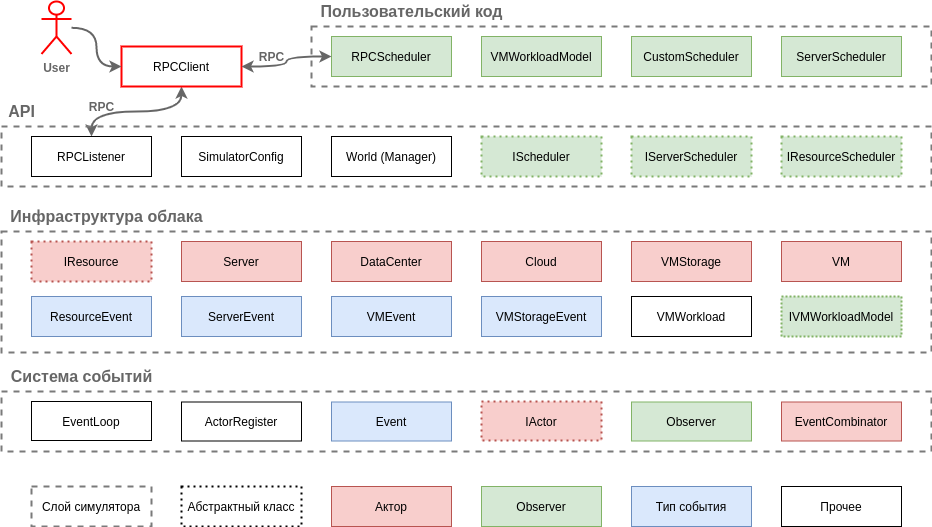
Above: images/arch-for-presentation.png in kuskarov/cloud-modeling (draw.io), before the change. Source tidied: cells renumbered, new cells last; positions are measured from the earlier drawing's top-left corner, leaving out a move shared by most shapes. Source of this version:
```xml
<mxGraphModel>
  <root>
    <mxCell id="0" />
    <mxCell id="1" parent="0" />
    <mxCell id="2" style="endArrow=classic;startArrow=classic;html=1;entryX=0.5;entryY=1;entryDx=0;entryDy=0;exitX=0.5;exitY=0;exitDx=0;exitDy=0;strokeColor=#666666;strokeWidth=2;edgeStyle=orthogonalEdgeStyle;curved=1;" parent="1" edge="1" source="37" target="40">
      <mxGeometry relative="1" as="geometry" />
    </mxCell>
    <mxCell id="3" style="rounded=0;whiteSpace=wrap;html=1;fillColor=none;dashed=1;strokeWidth=2;strokeColor=#7A7A7A;" parent="1" vertex="1">
      <mxGeometry x="310" y="25" width="620" height="60" as="geometry" />
    </mxCell>
    <mxCell id="4" style="rounded=0;whiteSpace=wrap;html=1;fillColor=none;dashed=1;strokeWidth=2;strokeColor=#7A7A7A;" parent="1" vertex="1">
      <mxGeometry y="390" width="930" height="60" as="geometry" />
    </mxCell>
    <mxCell id="5" style="rounded=0;whiteSpace=wrap;html=1;fillColor=none;dashed=1;strokeWidth=2;strokeColor=#7A7A7A;" parent="1" vertex="1">
      <mxGeometry y="230" width="930" height="121" as="geometry" />
    </mxCell>
    <mxCell id="6" style="rounded=0;whiteSpace=wrap;html=1;fillColor=none;dashed=1;strokeWidth=2;strokeColor=#7A7A7A;" parent="1" vertex="1">
      <mxGeometry y="125" width="930" height="60" as="geometry" />
    </mxCell>
    <mxCell id="7" value="&lt;div&gt;EventLoop&lt;/div&gt;" style="rounded=0;whiteSpace=wrap;html=1;strokeColor=#000000;" parent="1" vertex="1">
      <mxGeometry x="30" y="400" width="120" height="39" as="geometry" />
    </mxCell>
    <mxCell id="8" value="Event" style="rounded=0;whiteSpace=wrap;html=1;strokeColor=#6c8ebf;fillColor=#dae8fc;" parent="1" vertex="1">
      <mxGeometry x="330" y="400.5" width="120" height="39" as="geometry" />
    </mxCell>
    <mxCell id="9" value="IActor" style="rounded=0;whiteSpace=wrap;html=1;strokeColor=#b85450;dashed=1;dashPattern=1 2;strokeWidth=2;fillColor=#f8cecc;" parent="1" vertex="1">
      <mxGeometry x="480" y="400" width="120" height="39" as="geometry" />
    </mxCell>
    <mxCell id="10" value="IResource" style="rounded=0;whiteSpace=wrap;html=1;strokeColor=#b85450;dashed=1;dashPattern=1 2;strokeWidth=2;fillColor=#f8cecc;" parent="1" vertex="1">
      <mxGeometry x="30" y="240" width="120" height="40" as="geometry" />
    </mxCell>
    <mxCell id="11" value="IScheduler" style="rounded=0;whiteSpace=wrap;html=1;strokeColor=#82b366;dashed=1;dashPattern=1 2;strokeWidth=2;fillColor=#d5e8d4;" parent="1" vertex="1">
      <mxGeometry x="480" y="135" width="120" height="40" as="geometry" />
    </mxCell>
    <mxCell id="12" value="DataCenter" style="rounded=0;whiteSpace=wrap;html=1;strokeColor=#b85450;fillColor=#f8cecc;" parent="1" vertex="1">
      <mxGeometry x="330" y="240" width="120" height="40" as="geometry" />
    </mxCell>
    <mxCell id="13" value="Server" style="rounded=0;whiteSpace=wrap;html=1;strokeColor=#b85450;fillColor=#f8cecc;" parent="1" vertex="1">
      <mxGeometry x="180" y="240" width="120" height="40" as="geometry" />
    </mxCell>
    <mxCell id="14" value="ServerEvent" style="rounded=0;whiteSpace=wrap;html=1;strokeColor=#6c8ebf;fillColor=#dae8fc;" parent="1" vertex="1">
      <mxGeometry x="180" y="295" width="120" height="40" as="geometry" />
    </mxCell>
    <mxCell id="15" value="&lt;div&gt;Cloud&lt;/div&gt;" style="rounded=0;whiteSpace=wrap;html=1;strokeColor=#b85450;fillColor=#f8cecc;" parent="1" vertex="1">
      <mxGeometry x="480" y="240" width="120" height="40" as="geometry" />
    </mxCell>
    <mxCell id="16" value="VM" style="rounded=0;whiteSpace=wrap;html=1;strokeColor=#b85450;fillColor=#f8cecc;" parent="1" vertex="1">
      <mxGeometry x="780" y="240" width="120" height="40" as="geometry" />
    </mxCell>
    <mxCell id="17" value="VMEvent" style="rounded=0;whiteSpace=wrap;html=1;strokeColor=#6c8ebf;fillColor=#dae8fc;" parent="1" vertex="1">
      <mxGeometry x="330" y="295" width="120" height="40" as="geometry" />
    </mxCell>
    <mxCell id="18" value="VMStorage" style="rounded=0;whiteSpace=wrap;html=1;strokeColor=#b85450;fillColor=#f8cecc;" parent="1" vertex="1">
      <mxGeometry x="630" y="240" width="120" height="40" as="geometry" />
    </mxCell>
    <mxCell id="19" value="VMStorageEvent" style="rounded=0;whiteSpace=wrap;html=1;strokeColor=#6c8ebf;fillColor=#dae8fc;" parent="1" vertex="1">
      <mxGeometry x="480" y="295" width="120" height="40" as="geometry" />
    </mxCell>
    <mxCell id="20" value="SimulatorConfig" style="rounded=0;whiteSpace=wrap;html=1;strokeColor=#000000;" parent="1" vertex="1">
      <mxGeometry x="180" y="135" width="120" height="40" as="geometry" />
    </mxCell>
    <mxCell id="21" value="World (Manager)" style="rounded=0;whiteSpace=wrap;html=1;strokeColor=#000000;" parent="1" vertex="1">
      <mxGeometry x="330" y="135" width="120" height="40" as="geometry" />
    </mxCell>
    <mxCell id="22" value="Инфраструктура облака" style="text;html=1;align=center;verticalAlign=middle;strokeColor=none;fontSize=16;fontStyle=1;fontColor=#666666;" parent="1" vertex="1">
      <mxGeometry y="205" width="210" height="20" as="geometry" />
    </mxCell>
    <mxCell id="23" value="Система событий" style="text;html=1;align=center;verticalAlign=middle;strokeColor=none;fontSize=16;fontStyle=1;fontColor=#666666;" parent="1" vertex="1">
      <mxGeometry y="365" width="160" height="20" as="geometry" />
    </mxCell>
    <mxCell id="24" value="&lt;font style=&quot;font-size: 16px&quot;&gt;API&lt;/font&gt;" style="text;html=1;align=center;verticalAlign=middle;strokeColor=none;fontSize=13;fontStyle=1;fontColor=#666666;" parent="1" vertex="1">
      <mxGeometry y="100" width="40" height="20" as="geometry" />
    </mxCell>
    <mxCell id="25" value="Абстрактный класс" style="rounded=0;whiteSpace=wrap;html=1;strokeColor=#000000;dashed=1;dashPattern=1 2;strokeWidth=2;" parent="1" vertex="1">
      <mxGeometry x="180" y="485" width="120" height="40" as="geometry" />
    </mxCell>
    <mxCell id="26" value="Слой симулятора" style="rounded=0;whiteSpace=wrap;html=1;dashed=1;strokeWidth=2;strokeColor=#7A7A7A;" parent="1" vertex="1">
      <mxGeometry x="30" y="485" width="120" height="40" as="geometry" />
    </mxCell>
    <mxCell id="27" value="Тип события" style="rounded=0;whiteSpace=wrap;html=1;strokeColor=#6c8ebf;fillColor=#dae8fc;" parent="1" vertex="1">
      <mxGeometry x="630" y="485" width="120" height="40" as="geometry" />
    </mxCell>
    <mxCell id="28" value="&lt;font style=&quot;font-size: 16px&quot;&gt;Пользовательский код&lt;/font&gt;" style="text;html=1;align=center;verticalAlign=middle;strokeColor=none;fontSize=13;fontStyle=1;fontColor=#666666;" parent="1" vertex="1">
      <mxGeometry x="310" width="200" height="20" as="geometry" />
    </mxCell>
    <mxCell id="29" value="&lt;div&gt;ActorRegister&lt;/div&gt;" style="rounded=0;whiteSpace=wrap;html=1;strokeColor=#000000;" parent="1" vertex="1">
      <mxGeometry x="180" y="400.5" width="120" height="39" as="geometry" />
    </mxCell>
    <mxCell id="30" value="ResourceEvent" style="rounded=0;whiteSpace=wrap;html=1;strokeColor=#6c8ebf;fillColor=#dae8fc;" parent="1" vertex="1">
      <mxGeometry x="30" y="295" width="120" height="40" as="geometry" />
    </mxCell>
    <mxCell id="31" style="edgeStyle=orthogonalEdgeStyle;rounded=0;orthogonalLoop=1;jettySize=auto;html=1;exitX=0.5;exitY=1;exitDx=0;exitDy=0;" parent="1" edge="1" source="16" target="16">
      <mxGeometry relative="1" as="geometry" />
    </mxCell>
    <mxCell id="32" value="IServerScheduler" style="rounded=0;whiteSpace=wrap;html=1;strokeColor=#82b366;dashed=1;dashPattern=1 2;strokeWidth=2;fillColor=#d5e8d4;" parent="1" vertex="1">
      <mxGeometry x="630" y="135" width="120" height="40" as="geometry" />
    </mxCell>
    <mxCell id="33" value="&lt;div&gt;Observer&lt;/div&gt;" style="rounded=0;whiteSpace=wrap;html=1;strokeColor=#82b366;fillColor=#d5e8d4;" parent="1" vertex="1">
      <mxGeometry x="630" y="400.5" width="120" height="39" as="geometry" />
    </mxCell>
    <mxCell id="34" value="Актор" style="rounded=0;whiteSpace=wrap;html=1;strokeColor=#b85450;fillColor=#f8cecc;" parent="1" vertex="1">
      <mxGeometry x="330" y="485" width="120" height="40" as="geometry" />
    </mxCell>
    <mxCell id="35" value="CustomScheduler" style="rounded=0;whiteSpace=wrap;html=1;strokeColor=#82b366;fillColor=#d5e8d4;" parent="1" vertex="1">
      <mxGeometry x="630" y="35" width="120" height="40" as="geometry" />
    </mxCell>
    <mxCell id="36" value="ServerScheduler" style="rounded=0;whiteSpace=wrap;html=1;strokeColor=#82b366;fillColor=#d5e8d4;" parent="1" vertex="1">
      <mxGeometry x="780" y="35" width="120" height="40" as="geometry" />
    </mxCell>
    <mxCell id="37" value="RPCListener" style="rounded=0;whiteSpace=wrap;html=1;strokeColor=#000000;" parent="1" vertex="1">
      <mxGeometry x="30" y="135" width="120" height="40" as="geometry" />
    </mxCell>
    <mxCell id="38" value="Прочее" style="rounded=0;whiteSpace=wrap;html=1;strokeColor=#000000;" parent="1" vertex="1">
      <mxGeometry x="780" y="485" width="120" height="40" as="geometry" />
    </mxCell>
    <mxCell id="39" value="RPCScheduler" style="rounded=0;whiteSpace=wrap;html=1;strokeColor=#82b366;fillColor=#d5e8d4;" parent="1" vertex="1">
      <mxGeometry x="330" y="35" width="120" height="40" as="geometry" />
    </mxCell>
    <mxCell id="40" value="RPCClient" style="rounded=0;whiteSpace=wrap;html=1;strokeColor=#FF0000;strokeWidth=2;" parent="1" vertex="1">
      <mxGeometry x="120" y="45" width="120" height="40" as="geometry" />
    </mxCell>
    <mxCell id="41" style="edgeStyle=orthogonalEdgeStyle;curved=1;rounded=0;jettySize=auto;html=1;fontColor=#666666;strokeColor=#666666;strokeWidth=2;entryX=0;entryY=0.5;entryDx=0;entryDy=0;" parent="1" edge="1" source="42" target="40">
      <mxGeometry relative="1" as="geometry" />
    </mxCell>
    <mxCell id="42" value="&lt;font color=&quot;#666666&quot;&gt;&lt;b&gt;User&lt;/b&gt;&lt;/font&gt;" style="shape=umlActor;verticalLabelPosition=bottom;verticalAlign=top;html=1;outlineConnect=0;strokeColor=#FF0000;strokeWidth=2;fillColor=none;" parent="1" vertex="1">
      <mxGeometry x="40" width="30" height="52.5" as="geometry" />
    </mxCell>
    <mxCell id="43" value="RPC" style="text;html=1;align=center;verticalAlign=middle;strokeColor=none;fontStyle=1;fontColor=#666666;" parent="1" vertex="1">
      <mxGeometry x="80" y="95" width="40" height="20" as="geometry" />
    </mxCell>
    <mxCell id="44" value="RPC" style="text;html=1;align=center;verticalAlign=middle;strokeColor=none;fontStyle=1;fontColor=#666666;" parent="1" vertex="1">
      <mxGeometry x="250" y="45" width="40" height="20" as="geometry" />
    </mxCell>
    <mxCell id="45" value="EventCombinator" style="rounded=0;whiteSpace=wrap;html=1;strokeColor=#b85450;fillColor=#f8cecc;" parent="1" vertex="1">
      <mxGeometry x="780" y="400.5" width="120" height="39" as="geometry" />
    </mxCell>
    <mxCell id="46" style="endArrow=classic;startArrow=classic;html=1;fontSize=16;exitX=1;exitY=0.5;exitDx=0;exitDy=0;entryX=0;entryY=0.5;entryDx=0;entryDy=0;strokeColor=#666666;strokeWidth=2;edgeStyle=orthogonalEdgeStyle;curved=1;" parent="1" edge="1" source="40" target="39">
      <mxGeometry relative="1" as="geometry" />
    </mxCell>
    <mxCell id="47" value="VMWorkloadModel" style="rounded=0;whiteSpace=wrap;html=1;strokeColor=#82b366;fillColor=#d5e8d4;" parent="1" vertex="1">
      <mxGeometry x="480" y="35" width="120" height="40" as="geometry" />
    </mxCell>
    <mxCell id="48" value="IVMWorkloadModel" style="rounded=0;whiteSpace=wrap;html=1;strokeColor=#82b366;fillColor=#d5e8d4;dashed=1;dashPattern=1 1;strokeWidth=2;" parent="1" vertex="1">
      <mxGeometry x="780" y="295" width="120" height="40" as="geometry" />
    </mxCell>
    <mxCell id="49" value="VMWorkload" style="rounded=0;whiteSpace=wrap;html=1;strokeColor=#000000;" parent="1" vertex="1">
      <mxGeometry x="630" y="295" width="120" height="40" as="geometry" />
    </mxCell>
    <mxCell id="50" value="&lt;div&gt;Observer&lt;/div&gt;" style="rounded=0;whiteSpace=wrap;html=1;strokeColor=#82b366;fillColor=#d5e8d4;" parent="1" vertex="1">
      <mxGeometry x="480" y="485" width="120" height="40" as="geometry" />
    </mxCell>
    <mxCell id="51" value="IResourceScheduler" style="rounded=0;whiteSpace=wrap;html=1;strokeColor=#82b366;dashed=1;dashPattern=1 2;strokeWidth=2;fillColor=#d5e8d4;" parent="1" vertex="1">
      <mxGeometry x="780" y="135" width="120" height="40" as="geometry" />
    </mxCell>
  </root>
</mxGraphModel>
```
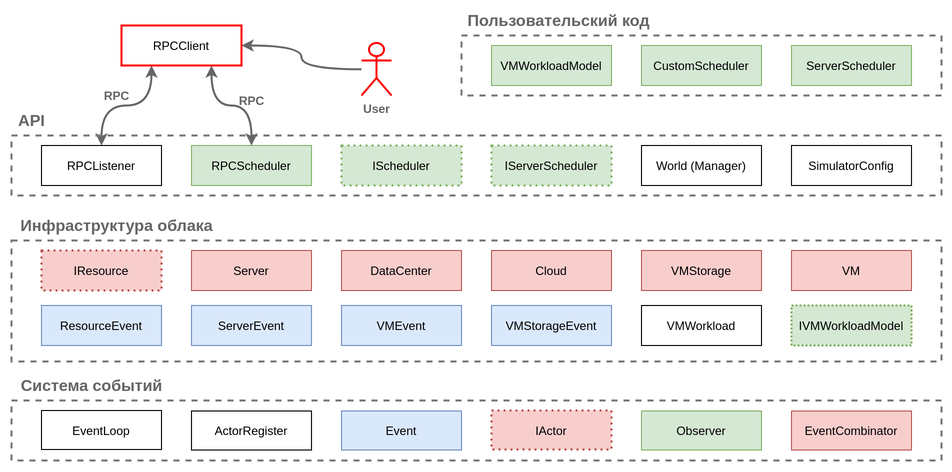
After the change.

Commit message:
Use transparent

What changed in the source:
```diff
@@ -2,11 +2,11 @@
   <root>
     <mxCell id="0" />
     <mxCell id="1" parent="0" />
-    <mxCell id="2" style="endArrow=classic;startArrow=classic;html=1;entryX=0.5;entryY=1;entryDx=0;entryDy=0;exitX=0.5;exitY=0;exitDx=0;exitDy=0;strokeColor=#666666;strokeWidth=2;edgeStyle=orthogonalEdgeStyle;curved=1;" parent="1" edge="1" source="37" target="40">
+    <mxCell id="2" style="endArrow=classic;startArrow=classic;html=1;entryX=0.25;entryY=1;entryDx=0;entryDy=0;exitX=0.5;exitY=0;exitDx=0;exitDy=0;strokeColor=#666666;strokeWidth=2;edgeStyle=orthogonalEdgeStyle;curved=1;" parent="1" edge="1" source="37" target="40">
       <mxGeometry relative="1" as="geometry" />
     </mxCell>
     <mxCell id="3" style="rounded=0;whiteSpace=wrap;html=1;fillColor=none;dashed=1;strokeWidth=2;strokeColor=#7A7A7A;" parent="1" vertex="1">
-      <mxGeometry x="310" y="25" width="620" height="60" as="geometry" />
+      <mxGeometry x="450" y="25" width="480" height="60" as="geometry" />
     </mxCell>
     <mxCell id="4" style="rounded=0;whiteSpace=wrap;html=1;fillColor=none;dashed=1;strokeWidth=2;strokeColor=#7A7A7A;" parent="1" vertex="1">
       <mxGeometry y="390" width="930" height="60" as="geometry" />
@@ -30,7 +30,7 @@
       <mxGeometry x="30" y="240" width="120" height="40" as="geometry" />
     </mxCell>
     <mxCell id="11" value="IScheduler" style="rounded=0;whiteSpace=wrap;html=1;strokeColor=#82b366;dashed=1;dashPattern=1 2;strokeWidth=2;fillColor=#d5e8d4;" parent="1" vertex="1">
-      <mxGeometry x="480" y="135" width="120" height="40" as="geometry" />
+      <mxGeometry x="330" y="135" width="120" height="40" as="geometry" />
     </mxCell>
     <mxCell id="12" value="DataCenter" style="rounded=0;whiteSpace=wrap;html=1;strokeColor=#b85450;fillColor=#f8cecc;" parent="1" vertex="1">
       <mxGeometry x="330" y="240" width="120" height="40" as="geometry" />
@@ -57,10 +57,10 @@
       <mxGeometry x="480" y="295" width="120" height="40" as="geometry" />
     </mxCell>
     <mxCell id="20" value="SimulatorConfig" style="rounded=0;whiteSpace=wrap;html=1;strokeColor=#000000;" parent="1" vertex="1">
-      <mxGeometry x="180" y="135" width="120" height="40" as="geometry" />
+      <mxGeometry x="780" y="135" width="120" height="40" as="geometry" />
     </mxCell>
     <mxCell id="21" value="World (Manager)" style="rounded=0;whiteSpace=wrap;html=1;strokeColor=#000000;" parent="1" vertex="1">
-      <mxGeometry x="330" y="135" width="120" height="40" as="geometry" />
+      <mxGeometry x="630" y="135" width="120" height="40" as="geometry" />
     </mxCell>
     <mxCell id="22" value="Инфраструктура облака" style="text;html=1;align=center;verticalAlign=middle;strokeColor=none;fontSize=16;fontStyle=1;fontColor=#666666;" parent="1" vertex="1">
       <mxGeometry y="205" width="210" height="20" as="geometry" />
@@ -71,17 +71,8 @@
     <mxCell id="24" value="&lt;font style=&quot;font-size: 16px&quot;&gt;API&lt;/font&gt;" style="text;html=1;align=center;verticalAlign=middle;strokeColor=none;fontSize=13;fontStyle=1;fontColor=#666666;" parent="1" vertex="1">
       <mxGeometry y="100" width="40" height="20" as="geometry" />
     </mxCell>
-    <mxCell id="25" value="Абстрактный класс" style="rounded=0;whiteSpace=wrap;html=1;strokeColor=#000000;dashed=1;dashPattern=1 2;strokeWidth=2;" parent="1" vertex="1">
-      <mxGeometry x="180" y="485" width="120" height="40" as="geometry" />
-    </mxCell>
-    <mxCell id="26" value="Слой симулятора" style="rounded=0;whiteSpace=wrap;html=1;dashed=1;strokeWidth=2;strokeColor=#7A7A7A;" parent="1" vertex="1">
-      <mxGeometry x="30" y="485" width="120" height="40" as="geometry" />
-    </mxCell>
-    <mxCell id="27" value="Тип события" style="rounded=0;whiteSpace=wrap;html=1;strokeColor=#6c8ebf;fillColor=#dae8fc;" parent="1" vertex="1">
-      <mxGeometry x="630" y="485" width="120" height="40" as="geometry" />
-    </mxCell>
     <mxCell id="28" value="&lt;font style=&quot;font-size: 16px&quot;&gt;Пользовательский код&lt;/font&gt;" style="text;html=1;align=center;verticalAlign=middle;strokeColor=none;fontSize=13;fontStyle=1;fontColor=#666666;" parent="1" vertex="1">
-      <mxGeometry x="310" width="200" height="20" as="geometry" />
+      <mxGeometry x="447" width="200" height="20" as="geometry" />
     </mxCell>
     <mxCell id="29" value="&lt;div&gt;ActorRegister&lt;/div&gt;" style="rounded=0;whiteSpace=wrap;html=1;strokeColor=#000000;" parent="1" vertex="1">
       <mxGeometry x="180" y="400.5" width="120" height="39" as="geometry" />
@@ -93,14 +84,11 @@
       <mxGeometry relative="1" as="geometry" />
     </mxCell>
     <mxCell id="32" value="IServerScheduler" style="rounded=0;whiteSpace=wrap;html=1;strokeColor=#82b366;dashed=1;dashPattern=1 2;strokeWidth=2;fillColor=#d5e8d4;" parent="1" vertex="1">
-      <mxGeometry x="630" y="135" width="120" height="40" as="geometry" />
+      <mxGeometry x="480" y="135" width="120" height="40" as="geometry" />
     </mxCell>
     <mxCell id="33" value="&lt;div&gt;Observer&lt;/div&gt;" style="rounded=0;whiteSpace=wrap;html=1;strokeColor=#82b366;fillColor=#d5e8d4;" parent="1" vertex="1">
       <mxGeometry x="630" y="400.5" width="120" height="39" as="geometry" />
     </mxCell>
-    <mxCell id="34" value="Актор" style="rounded=0;whiteSpace=wrap;html=1;strokeColor=#b85450;fillColor=#f8cecc;" parent="1" vertex="1">
-      <mxGeometry x="330" y="485" width="120" height="40" as="geometry" />
-    </mxCell>
     <mxCell id="35" value="CustomScheduler" style="rounded=0;whiteSpace=wrap;html=1;strokeColor=#82b366;fillColor=#d5e8d4;" parent="1" vertex="1">
       <mxGeometry x="630" y="35" width="120" height="40" as="geometry" />
     </mxCell>
@@ -110,31 +98,28 @@
     <mxCell id="37" value="RPCListener" style="rounded=0;whiteSpace=wrap;html=1;strokeColor=#000000;" parent="1" vertex="1">
       <mxGeometry x="30" y="135" width="120" height="40" as="geometry" />
     </mxCell>
-    <mxCell id="38" value="Прочее" style="rounded=0;whiteSpace=wrap;html=1;strokeColor=#000000;" parent="1" vertex="1">
-      <mxGeometry x="780" y="485" width="120" height="40" as="geometry" />
-    </mxCell>
     <mxCell id="39" value="RPCScheduler" style="rounded=0;whiteSpace=wrap;html=1;strokeColor=#82b366;fillColor=#d5e8d4;" parent="1" vertex="1">
-      <mxGeometry x="330" y="35" width="120" height="40" as="geometry" />
+      <mxGeometry x="180" y="135" width="120" height="40" as="geometry" />
     </mxCell>
     <mxCell id="40" value="RPCClient" style="rounded=0;whiteSpace=wrap;html=1;strokeColor=#FF0000;strokeWidth=2;" parent="1" vertex="1">
-      <mxGeometry x="120" y="45" width="120" height="40" as="geometry" />
+      <mxGeometry x="110" y="15" width="120" height="40" as="geometry" />
     </mxCell>
-    <mxCell id="41" style="edgeStyle=orthogonalEdgeStyle;curved=1;rounded=0;jettySize=auto;html=1;fontColor=#666666;strokeColor=#666666;strokeWidth=2;entryX=0;entryY=0.5;entryDx=0;entryDy=0;" parent="1" edge="1" source="42" target="40">
+    <mxCell id="41" style="edgeStyle=orthogonalEdgeStyle;curved=1;rounded=0;jettySize=auto;html=1;fontColor=#666666;strokeColor=#666666;strokeWidth=2;entryX=1;entryY=0.5;entryDx=0;entryDy=0;" parent="1" edge="1" source="42" target="40">
       <mxGeometry relative="1" as="geometry" />
     </mxCell>
     <mxCell id="42" value="&lt;font color=&quot;#666666&quot;&gt;&lt;b&gt;User&lt;/b&gt;&lt;/font&gt;" style="shape=umlActor;verticalLabelPosition=bottom;verticalAlign=top;html=1;outlineConnect=0;strokeColor=#FF0000;strokeWidth=2;fillColor=none;" parent="1" vertex="1">
-      <mxGeometry x="40" width="30" height="52.5" as="geometry" />
+      <mxGeometry x="350" y="32.5" width="30" height="52.5" as="geometry" />
     </mxCell>
     <mxCell id="43" value="RPC" style="text;html=1;align=center;verticalAlign=middle;strokeColor=none;fontStyle=1;fontColor=#666666;" parent="1" vertex="1">
-      <mxGeometry x="80" y="95" width="40" height="20" as="geometry" />
+      <mxGeometry x="85" y="75" width="40" height="20" as="geometry" />
     </mxCell>
     <mxCell id="44" value="RPC" style="text;html=1;align=center;verticalAlign=middle;strokeColor=none;fontStyle=1;fontColor=#666666;" parent="1" vertex="1">
-      <mxGeometry x="250" y="45" width="40" height="20" as="geometry" />
+      <mxGeometry x="220" y="80" width="40" height="20" as="geometry" />
     </mxCell>
     <mxCell id="45" value="EventCombinator" style="rounded=0;whiteSpace=wrap;html=1;strokeColor=#b85450;fillColor=#f8cecc;" parent="1" vertex="1">
       <mxGeometry x="780" y="400.5" width="120" height="39" as="geometry" />
     </mxCell>
-    <mxCell id="46" style="endArrow=classic;startArrow=classic;html=1;fontSize=16;exitX=1;exitY=0.5;exitDx=0;exitDy=0;entryX=0;entryY=0.5;entryDx=0;entryDy=0;strokeColor=#666666;strokeWidth=2;edgeStyle=orthogonalEdgeStyle;curved=1;" parent="1" edge="1" source="40" target="39">
+    <mxCell id="46" style="endArrow=classic;startArrow=classic;html=1;fontSize=16;exitX=0.75;exitY=1;exitDx=0;exitDy=0;entryX=0.5;entryY=0;entryDx=0;entryDy=0;strokeColor=#666666;strokeWidth=2;edgeStyle=orthogonalEdgeStyle;curved=1;" parent="1" edge="1" source="40" target="39">
       <mxGeometry relative="1" as="geometry" />
     </mxCell>
     <mxCell id="47" value="VMWorkloadModel" style="rounded=0;whiteSpace=wrap;html=1;strokeColor=#82b366;fillColor=#d5e8d4;" parent="1" vertex="1">
@@ -146,11 +131,5 @@
     <mxCell id="49" value="VMWorkload" style="rounded=0;whiteSpace=wrap;html=1;strokeColor=#000000;" parent="1" vertex="1">
       <mxGeometry x="630" y="295" width="120" height="40" as="geometry" />
     </mxCell>
-    <mxCell id="50" value="&lt;div&gt;Observer&lt;/div&gt;" style="rounded=0;whiteSpace=wrap;html=1;strokeColor=#82b366;fillColor=#d5e8d4;" parent="1" vertex="1">
-      <mxGeometry x="480" y="485" width="120" height="40" as="geometry" />
-    </mxCell>
-    <mxCell id="51" value="IResourceScheduler" style="rounded=0;whiteSpace=wrap;html=1;strokeColor=#82b366;dashed=1;dashPattern=1 2;strokeWidth=2;fillColor=#d5e8d4;" parent="1" vertex="1">
-      <mxGeometry x="780" y="135" width="120" height="40" as="geometry" />
-    </mxCell>
   </root>
 </mxGraphModel>
```
